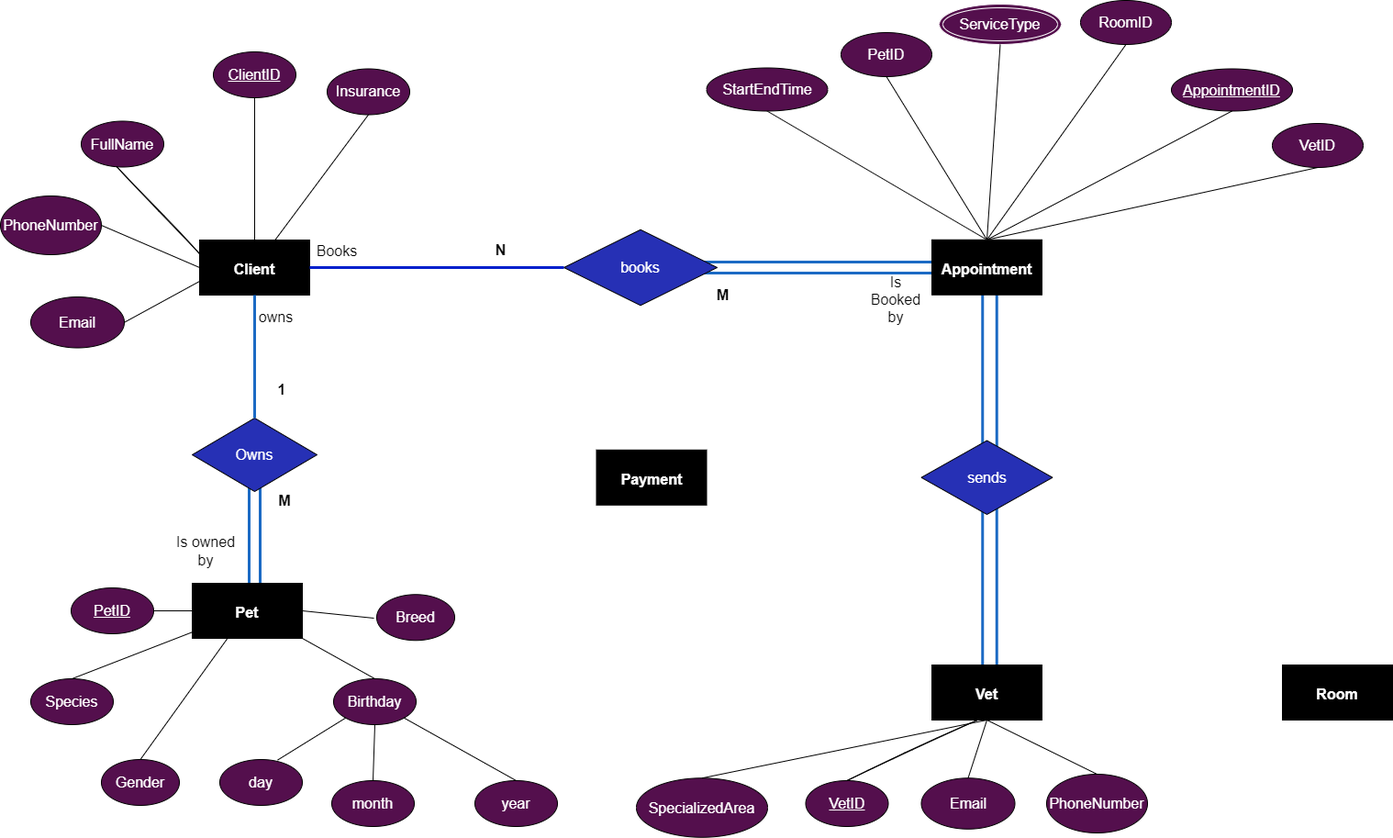
Before: PetClinic.drawio.png, a diagram exported from draw.io (tomztz/SQL-Pet-Clinic). Source tidied: cells renumbered, new cells last; positions are measured from the earlier drawing's top-left corner, leaving out a move shared by most shapes.
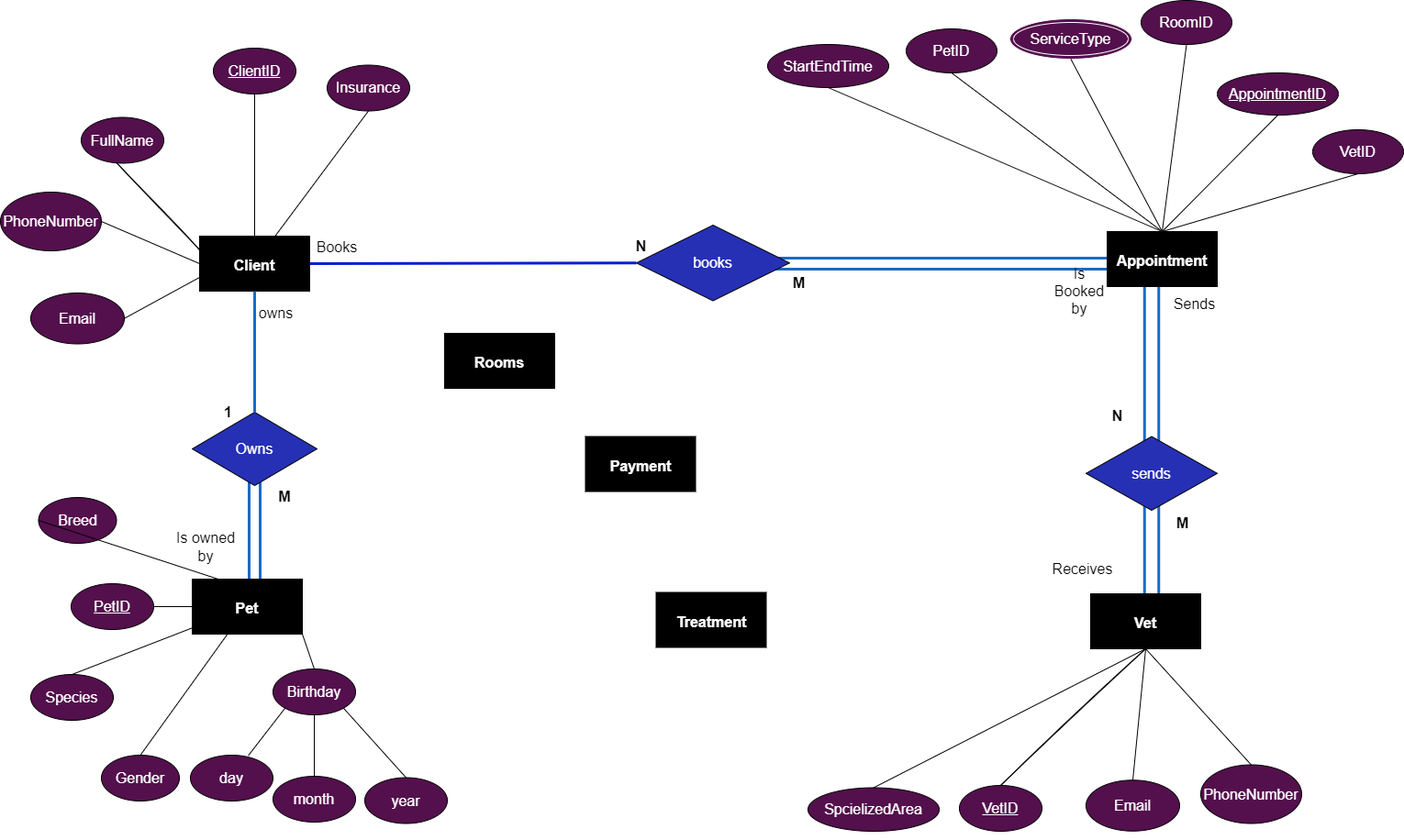
Above is the later version.

The edit, as a diff of the source:
```diff
@@ -3,7 +3,7 @@
     <mxCell id="0" />
     <mxCell id="1" parent="0" />
     <mxCell id="2" style="shape=partialRectangle;whiteSpace=wrap;html=1;top=0;bottom=0;fillColor=none;labelBorderColor=none;fontSize=16;fontColor=#000000;strokeColor=#1B6AC4;strokeWidth=3;direction=west;" parent="1" vertex="1">
-      <mxGeometry x="1070.2" y="530" width="15.5" height="198" as="geometry" />
+      <mxGeometry x="1246.8" y="539.5" width="15.5" height="110" as="geometry" />
     </mxCell>
     <mxCell id="3" style="endArrow=none;html=1;rounded=0;shadow=0;sketch=0;fontSize=16;fontColor=#FFFFFF;startSize=6;endSize=6;sourcePerimeterSpacing=0;targetPerimeterSpacing=0;strokeColor=#000000;strokeWidth=1;jumpSize=6;entryX=0.5;entryY=0;entryDx=0;entryDy=0;exitX=0.5;exitY=1;exitDx=0;exitDy=0;" parent="1" edge="1" source="65" target="8">
       <mxGeometry relative="1" as="geometry" />
@@ -12,22 +12,22 @@
       <mxGeometry relative="1" as="geometry" />
     </mxCell>
     <mxCell id="5" style="shape=partialRectangle;whiteSpace=wrap;html=1;bottom=0;top=0;fillColor=none;fontSize=16;fontColor=#0F0FAB;strokeColor=#1B6AC4;perimeterSpacing=1;labelBorderColor=none;strokeWidth=3;direction=south;" parent="1" vertex="1">
-      <mxGeometry x="716" y="285" width="307" height="12" as="geometry" />
+      <mxGeometry x="781" y="285" width="429" height="12" as="geometry" />
     </mxCell>
     <mxCell id="6" style="shape=partialRectangle;whiteSpace=wrap;html=1;top=0;bottom=0;fillColor=none;labelBorderColor=none;fontSize=16;fontColor=#000000;strokeColor=#1B6AC4;strokeWidth=3;direction=south;rotation=90;" parent="1" vertex="1">
-      <mxGeometry x="979" y="393.5" width="198" height="15.5" as="geometry" />
+      <mxGeometry x="1155.5" y="389.2" width="198" height="15.5" as="geometry" />
     </mxCell>
     <mxCell id="7" style="shape=partialRectangle;whiteSpace=wrap;html=1;bottom=0;top=0;fillColor=none;fontSize=16;fontColor=#0F0FAB;strokeColor=#1B6AC4;perimeterSpacing=1;labelBorderColor=none;strokeWidth=3;" parent="1" vertex="1">
       <mxGeometry x="271" y="508" width="12" height="143" as="geometry" />
     </mxCell>
     <mxCell id="8" value="&lt;h1&gt;&lt;b&gt;&lt;font style=&quot;font-size: 16px&quot;&gt;Appointment&lt;/font&gt;&lt;/b&gt;&lt;/h1&gt;" style="rounded=0;whiteSpace=wrap;html=1;fillColor=#000000;fontColor=#FFFFFF;" parent="1" vertex="1">
-      <mxGeometry x="1015" y="260.8" width="120" height="60" as="geometry" />
+      <mxGeometry x="1206" y="256" width="120" height="60" as="geometry" />
     </mxCell>
     <mxCell id="9" value="&lt;h1&gt;&lt;span style=&quot;font-size: 16px&quot;&gt;Vet&lt;/span&gt;&lt;/h1&gt;" style="rounded=0;whiteSpace=wrap;html=1;fillColor=#000000;fontColor=#FFFFFF;" parent="1" vertex="1">
-      <mxGeometry x="1015" y="724" width="120" height="60" as="geometry" />
+      <mxGeometry x="1188" y="651" width="120" height="60" as="geometry" />
     </mxCell>
-    <mxCell id="10" value="&lt;h1&gt;&lt;b&gt;&lt;font style=&quot;font-size: 16px&quot;&gt;Room&lt;/font&gt;&lt;/b&gt;&lt;/h1&gt;" style="rounded=0;whiteSpace=wrap;html=1;fillColor=#000000;fontColor=#FFFFFF;" parent="1" vertex="1">
-      <mxGeometry x="1397" y="724" width="120" height="60" as="geometry" />
+    <mxCell id="10" value="&lt;h1&gt;&lt;b&gt;&lt;font style=&quot;font-size: 16px&quot;&gt;Rooms&lt;/font&gt;&lt;/b&gt;&lt;/h1&gt;" style="rounded=0;whiteSpace=wrap;html=1;fillColor=#000000;fontColor=#FFFFFF;" parent="1" vertex="1">
+      <mxGeometry x="484" y="367" width="120" height="60" as="geometry" />
     </mxCell>
     <mxCell id="11" value="&lt;h1&gt;&lt;span style=&quot;font-size: 16px&quot;&gt;Pet&lt;/span&gt;&lt;/h1&gt;" style="rounded=0;whiteSpace=wrap;html=1;fillColor=#000000;fontColor=#FFFFFF;" parent="1" vertex="1">
       <mxGeometry x="209" y="635" width="120" height="60" as="geometry" />
@@ -36,7 +36,7 @@
       <mxGeometry x="217" y="261" width="120" height="60" as="geometry" />
     </mxCell>
     <mxCell id="13" value="&lt;h1&gt;&lt;span style=&quot;font-size: 16px&quot;&gt;Payment&lt;/span&gt;&lt;/h1&gt;" style="rounded=0;whiteSpace=wrap;html=1;fillColor=#000000;fontColor=#FFFFFF;" parent="1" vertex="1">
-      <mxGeometry x="649.5" y="489.8" width="120" height="60" as="geometry" />
+      <mxGeometry x="637.5" y="479.5" width="120" height="60" as="geometry" />
     </mxCell>
     <mxCell id="14" value="FullName" style="ellipse;whiteSpace=wrap;html=1;fontSize=16;fontColor=#FFFFFF;fillColor=#540F4D;" parent="1" vertex="1">
       <mxGeometry x="88" y="131.5" width="90" height="50" as="geometry" />
@@ -66,22 +66,22 @@
       <mxGeometry x="110" y="827" width="85" height="50" as="geometry" />
     </mxCell>
     <mxCell id="23" value="Owns" style="rhombus;whiteSpace=wrap;html=1;fontSize=16;fontColor=#FFFFFF;fillColor=#2630B5;" parent="1" vertex="1">
-      <mxGeometry x="209" y="455" width="136" height="80" as="geometry" />
+      <mxGeometry x="209" y="453" width="136" height="80" as="geometry" />
     </mxCell>
     <mxCell id="24" style="endArrow=none;html=1;rounded=0;sketch=0;fontSize=16;fontColor=#FFFFFF;endSize=10;jumpSize=6;exitX=0.5;exitY=0;exitDx=0;exitDy=0;" parent="1" edge="1" source="22" target="11">
       <mxGeometry relative="1" as="geometry" />
     </mxCell>
     <mxCell id="25" value="Birthday" style="ellipse;whiteSpace=wrap;html=1;fontSize=16;fontColor=#FFFFFF;fillColor=#540F4D;" parent="1" vertex="1">
-      <mxGeometry x="363" y="739" width="90" height="50" as="geometry" />
+      <mxGeometry x="297" y="733" width="90" height="50" as="geometry" />
     </mxCell>
     <mxCell id="26" value="day" style="ellipse;whiteSpace=wrap;html=1;fontSize=16;fontColor=#FFFFFF;fillColor=#540F4D;" parent="1" vertex="1">
-      <mxGeometry x="239" y="827" width="90" height="50" as="geometry" />
+      <mxGeometry x="207" y="827" width="90" height="50" as="geometry" />
     </mxCell>
     <mxCell id="27" value="month" style="ellipse;whiteSpace=wrap;html=1;fontSize=16;fontColor=#FFFFFF;fillColor=#540F4D;" parent="1" vertex="1">
-      <mxGeometry x="361" y="850" width="90" height="50" as="geometry" />
+      <mxGeometry x="297" y="850" width="90" height="50" as="geometry" />
     </mxCell>
     <mxCell id="28" value="year" style="ellipse;whiteSpace=wrap;html=1;fontSize=16;fontColor=#FFFFFF;fillColor=#540F4D;" parent="1" vertex="1">
-      <mxGeometry x="517" y="850" width="90" height="50" as="geometry" />
+      <mxGeometry x="397" y="851.5" width="90" height="50" as="geometry" />
     </mxCell>
     <mxCell id="29" style="endArrow=none;html=1;rounded=0;sketch=0;fontSize=16;fontColor=#FFFFFF;endSize=10;jumpSize=6;exitX=1;exitY=1;exitDx=0;exitDy=0;entryX=0.5;entryY=0;entryDx=0;entryDy=0;" parent="1" edge="1" source="11" target="25">
       <mxGeometry relative="1" as="geometry" />
@@ -102,7 +102,7 @@
       <mxGeometry relative="1" as="geometry" />
     </mxCell>
     <mxCell id="35" value="VetID" style="ellipse;whiteSpace=wrap;html=1;fontSize=16;fontColor=#FFFFFF;fillColor=#540F4D;" parent="1" vertex="1">
-      <mxGeometry x="1386" y="134" width="99" height="48" as="geometry" />
+      <mxGeometry x="1430" y="145" width="99" height="48" as="geometry" />
     </mxCell>
     <mxCell id="36" style="endArrow=none;html=1;rounded=0;sketch=0;fontSize=16;fontColor=#FFFFFF;endSize=10;jumpSize=6;exitX=0.5;exitY=0;exitDx=0;exitDy=0;entryX=0.5;entryY=1;entryDx=0;entryDy=0;" parent="1" edge="1" source="8" target="35">
       <mxGeometry relative="1" as="geometry" />
@@ -114,27 +114,25 @@
       <mxGeometry x="187" y="585" width="74" height="30" as="geometry" />
     </mxCell>
     <mxCell id="39" value="&lt;b&gt;&lt;font color=&quot;#000000&quot;&gt;1&lt;/font&gt;&lt;/b&gt;" style="text;html=1;strokeColor=none;fillColor=none;align=center;verticalAlign=middle;whiteSpace=wrap;rounded=0;labelBorderColor=none;fontSize=16;fontColor=#0F0FAB;" parent="1" vertex="1">
-      <mxGeometry x="277" y="409" width="60" height="30" as="geometry" />
+      <mxGeometry x="225" y="438" width="47" height="30" as="geometry" />
     </mxCell>
     <mxCell id="40" value="&lt;b&gt;&lt;font color=&quot;#000000&quot;&gt;M&lt;/font&gt;&lt;/b&gt;" style="text;html=1;strokeColor=none;fillColor=none;align=center;verticalAlign=middle;whiteSpace=wrap;rounded=0;labelBorderColor=none;fontSize=16;fontColor=#0F0FAB;" parent="1" vertex="1">
       <mxGeometry x="271" y="530" width="78" height="30" as="geometry" />
     </mxCell>
     <mxCell id="41" value="&lt;u&gt;VetID&lt;/u&gt;" style="ellipse;whiteSpace=wrap;html=1;fontSize=16;fontColor=#FFFFFF;fillColor=#540F4D;" parent="1" vertex="1">
-      <mxGeometry x="877.5" y="850" width="90" height="50" as="geometry" />
+      <mxGeometry x="1045" y="860" width="90" height="50" as="geometry" />
     </mxCell>
-    <mxCell id="42" style="endArrow=none;html=1;rounded=0;sketch=1;fontSize=16;fontColor=#000000;startSize=17;endSize=27;sourcePerimeterSpacing=0;targetPerimeterSpacing=0;strokeWidth=1;jumpSize=6;entryX=0.5;entryY=0;entryDx=0;entryDy=0;" parent="1" edge="1" target="41">
-      <mxGeometry relative="1" as="geometry">
-        <mxPoint x="1067" y="783" as="sourcePoint" />
-      </mxGeometry>
+    <mxCell id="42" style="endArrow=none;html=1;rounded=0;sketch=1;fontSize=16;fontColor=#000000;startSize=17;endSize=27;sourcePerimeterSpacing=0;targetPerimeterSpacing=0;strokeWidth=1;jumpSize=6;entryX=0.5;entryY=0;entryDx=0;entryDy=0;exitX=0.5;exitY=1;exitDx=0;exitDy=0;" parent="1" edge="1" source="9" target="41">
+      <mxGeometry relative="1" as="geometry" />
     </mxCell>
     <mxCell id="43" value="sends" style="rhombus;whiteSpace=wrap;html=1;fontSize=16;fontColor=#FFFFFF;fillColor=#2630B5;" parent="1" vertex="1">
-      <mxGeometry x="1003.5" y="479.5" width="143" height="80.5" as="geometry" />
+      <mxGeometry x="1183" y="479.5" width="143" height="80.5" as="geometry" />
     </mxCell>
     <mxCell id="44" value="books" style="rhombus;whiteSpace=wrap;html=1;fontSize=16;fontColor=#FFFFFF;fillColor=#2630B5;" parent="1" vertex="1">
-      <mxGeometry x="614" y="249.8" width="167" height="82.5" as="geometry" />
+      <mxGeometry x="693" y="249" width="167" height="82.5" as="geometry" />
     </mxCell>
     <mxCell id="45" value="AppointmentID" style="ellipse;whiteSpace=wrap;html=1;fontSize=16;fontColor=#FFFFFF;fillColor=#540F4D;fontStyle=4;" parent="1" vertex="1">
-      <mxGeometry x="1276" y="74.5" width="132" height="46" as="geometry" />
+      <mxGeometry x="1326" y="83" width="132" height="46" as="geometry" />
     </mxCell>
     <mxCell id="46" style="endArrow=none;html=1;rounded=0;sketch=0;fontSize=16;fontColor=#000000;startSize=6;endSize=6;sourcePerimeterSpacing=0;targetPerimeterSpacing=0;strokeWidth=1;jumpSize=6;exitX=0.5;exitY=0;exitDx=0;exitDy=0;entryX=0.5;entryY=1;entryDx=0;entryDy=0;" parent="1" edge="1" source="8" target="45">
       <mxGeometry relative="1" as="geometry" />
@@ -155,30 +153,25 @@
       <mxGeometry x="337" y="256" width="60" height="33" as="geometry" />
     </mxCell>
     <mxCell id="52" value="Is Booked by" style="text;html=1;strokeColor=none;fillColor=none;align=center;verticalAlign=middle;whiteSpace=wrap;rounded=0;labelBorderColor=none;fontSize=16;fontColor=#000000;" parent="1" vertex="1">
-      <mxGeometry x="946" y="309.5" width="60" height="33" as="geometry" />
+      <mxGeometry x="1146" y="304" width="60" height="33" as="geometry" />
     </mxCell>
     <mxCell id="53" value="&lt;b&gt;M&lt;/b&gt;" style="text;html=1;align=center;verticalAlign=middle;strokeColor=none;fillColor=none;fontSize=16;fontColor=#000000;" parent="1" vertex="1">
-      <mxGeometry x="770" y="309.5" width="33" height="22" as="geometry" />
+      <mxGeometry x="853" y="301" width="33" height="22" as="geometry" />
     </mxCell>
     <mxCell id="54" value="&lt;b&gt;N&lt;/b&gt;" style="text;html=1;align=center;verticalAlign=middle;strokeColor=none;fillColor=none;fontSize=16;fontColor=#000000;" parent="1" vertex="1">
-      <mxGeometry x="528" y="260.8" width="33" height="22" as="geometry" />
+      <mxGeometry x="681.5" y="261" width="33" height="22" as="geometry" />
     </mxCell>
     <mxCell id="55" value="&lt;font color=&quot;#ffffff&quot;&gt;ServiceType&lt;/font&gt;" style="ellipse;shape=doubleEllipse;whiteSpace=wrap;html=1;labelBorderColor=none;fontSize=16;fontColor=#000000;strokeColor=#FFFFFF;strokeWidth=1;fillColor=#540F4D;" parent="1" vertex="1">
-      <mxGeometry x="1023" y="4" width="133" height="44" as="geometry" />
+      <mxGeometry x="1100" y="24" width="133" height="44" as="geometry" />
     </mxCell>
     <mxCell id="56" style="endArrow=none;html=1;rounded=0;shadow=0;sketch=0;fontSize=16;fontColor=#FFFFFF;startSize=6;endSize=6;sourcePerimeterSpacing=0;targetPerimeterSpacing=0;strokeColor=#000000;strokeWidth=1;jumpSize=6;entryX=0.5;entryY=1;entryDx=0;entryDy=0;exitX=0.5;exitY=0;exitDx=0;exitDy=0;" parent="1" edge="1" source="8" target="55">
       <mxGeometry relative="1" as="geometry" />
     </mxCell>
-    <mxCell id="57" value="Text" style="text;html=1;strokeColor=none;fillColor=none;align=center;verticalAlign=middle;whiteSpace=wrap;rounded=0;labelBorderColor=none;fontSize=16;fontColor=#FFFFFF;" parent="1" vertex="1">
-      <mxGeometry x="1140" y="342.5" width="60" height="30" as="geometry" />
-    </mxCell>
     <mxCell id="58" value="Breed" style="ellipse;whiteSpace=wrap;html=1;fontSize=16;fontColor=#FFFFFF;fillColor=#540F4D;" parent="1" vertex="1">
-      <mxGeometry x="410" y="647.2" width="85" height="50" as="geometry" />
+      <mxGeometry x="41.5" y="546" width="85" height="50" as="geometry" />
     </mxCell>
-    <mxCell id="59" style="endArrow=none;html=1;rounded=0;shadow=0;sketch=0;fontSize=16;fontColor=#FFFFFF;startSize=6;endSize=6;sourcePerimeterSpacing=0;targetPerimeterSpacing=0;strokeColor=#000000;strokeWidth=1;jumpSize=6;exitX=1;exitY=0.5;exitDx=0;exitDy=0;" parent="1" edge="1" source="11">
-      <mxGeometry relative="1" as="geometry">
-        <mxPoint x="407" y="673" as="targetPoint" />
-      </mxGeometry>
+    <mxCell id="59" style="endArrow=none;html=1;rounded=0;shadow=0;sketch=0;fontSize=16;fontColor=#FFFFFF;startSize=6;endSize=6;sourcePerimeterSpacing=0;targetPerimeterSpacing=0;strokeColor=#000000;strokeWidth=1;jumpSize=6;exitX=1;exitY=0.5;exitDx=0;exitDy=0;entryX=0;entryY=0.5;entryDx=0;entryDy=0;" parent="1" edge="1" source="11" target="58">
+      <mxGeometry relative="1" as="geometry" />
     </mxCell>
     <mxCell id="60" value="Email" style="ellipse;whiteSpace=wrap;html=1;fontSize=16;fontColor=#FFFFFF;fillColor=#540F4D;" parent="1" vertex="1">
       <mxGeometry x="33" y="323" width="102" height="55.5" as="geometry" />
@@ -187,25 +180,25 @@
       <mxGeometry relative="1" as="geometry" />
     </mxCell>
     <mxCell id="62" value="StartEndTime" style="ellipse;whiteSpace=wrap;html=1;fontSize=16;fontColor=#FFFFFF;fillColor=#540F4D;" parent="1" vertex="1">
-      <mxGeometry x="769.5" y="73.5" width="132" height="47" as="geometry" />
+      <mxGeometry x="836" y="52" width="132" height="47" as="geometry" />
     </mxCell>
     <mxCell id="63" style="endArrow=none;html=1;rounded=0;sketch=0;fontSize=16;fontColor=#000000;startSize=6;endSize=6;sourcePerimeterSpacing=0;strokeWidth=1;jumpSize=6;exitX=0.5;exitY=0;exitDx=0;exitDy=0;entryX=0.5;entryY=1;entryDx=0;entryDy=0;strokeColor=#1A1A1A;" parent="1" edge="1" source="8" target="62">
       <mxGeometry relative="1" as="geometry" />
     </mxCell>
     <mxCell id="64" value="PetID" style="ellipse;whiteSpace=wrap;html=1;fontSize=16;fontColor=#FFFFFF;fillColor=#540F4D;" parent="1" vertex="1">
-      <mxGeometry x="916" y="35" width="99" height="48" as="geometry" />
+      <mxGeometry x="987" y="35" width="99" height="48" as="geometry" />
     </mxCell>
     <mxCell id="65" value="RoomID" style="ellipse;whiteSpace=wrap;html=1;fontSize=16;fontColor=#FFFFFF;fillColor=#540F4D;" parent="1" vertex="1">
-      <mxGeometry x="1177" width="99" height="48" as="geometry" />
+      <mxGeometry x="1243" y="4" width="99" height="48" as="geometry" />
     </mxCell>
     <mxCell id="66" value="PhoneNumber" style="ellipse;whiteSpace=wrap;html=1;fontSize=16;fontColor=#FFFFFF;fillColor=#540F4D;" parent="1" vertex="1">
-      <mxGeometry x="1140" y="843" width="110" height="64" as="geometry" />
+      <mxGeometry x="1308" y="837.5" width="110" height="64" as="geometry" />
     </mxCell>
     <mxCell id="67" value="Email" style="ellipse;whiteSpace=wrap;html=1;fontSize=16;fontColor=#FFFFFF;fillColor=#540F4D;" parent="1" vertex="1">
-      <mxGeometry x="1003.5" y="847.2" width="102" height="55.5" as="geometry" />
+      <mxGeometry x="1183" y="854.2" width="102" height="55.5" as="geometry" />
     </mxCell>
-    <mxCell id="68" value="SpecializedArea" style="ellipse;whiteSpace=wrap;html=1;fontSize=16;fontColor=#FFFFFF;fillColor=#540F4D;" parent="1" vertex="1">
-      <mxGeometry x="693" y="847.2" width="143" height="64.5" as="geometry" />
+    <mxCell id="68" value="SpcielizedArea" style="ellipse;whiteSpace=wrap;html=1;fontSize=16;fontColor=#FFFFFF;fillColor=#540F4D;" parent="1" vertex="1">
+      <mxGeometry x="880" y="862.5" width="143" height="47.5" as="geometry" />
     </mxCell>
     <mxCell id="69" style="edgeStyle=orthogonalEdgeStyle;rounded=0;sketch=0;jumpSize=6;orthogonalLoop=1;jettySize=auto;html=1;exitX=0.5;exitY=1;exitDx=0;exitDy=0;shadow=0;fontSize=16;fontColor=#FFFFFF;startSize=6;endSize=6;sourcePerimeterSpacing=0;targetPerimeterSpacing=0;strokeColor=#000000;strokeWidth=1;" parent="1" edge="1" source="67" target="67">
       <mxGeometry relative="1" as="geometry" />
@@ -222,5 +215,20 @@
     <mxCell id="73" value="Send" style="text;html=1;strokeColor=none;fillColor=none;align=center;verticalAlign=middle;whiteSpace=wrap;rounded=0;labelBorderColor=none;fontSize=16;fontColor=#FFFFFF;" parent="1" vertex="1">
       <mxGeometry x="1086" y="323" width="60" height="30" as="geometry" />
     </mxCell>
+    <mxCell id="74" value="Sends" style="text;html=1;strokeColor=none;fillColor=none;align=center;verticalAlign=middle;whiteSpace=wrap;rounded=0;labelBorderColor=none;fontSize=16;fontColor=#000000;" parent="1" vertex="1">
+      <mxGeometry x="1261" y="323" width="81" height="24" as="geometry" />
+    </mxCell>
+    <mxCell id="75" value="&lt;b&gt;N&lt;/b&gt;" style="text;html=1;align=center;verticalAlign=middle;strokeColor=none;fillColor=none;fontSize=16;fontColor=#000000;" parent="1" vertex="1">
+      <mxGeometry x="1200" y="446" width="33" height="22" as="geometry" />
+    </mxCell>
+    <mxCell id="76" value="&lt;b&gt;M&lt;/b&gt;" style="text;html=1;align=center;verticalAlign=middle;strokeColor=none;fillColor=none;fontSize=16;fontColor=#000000;" parent="1" vertex="1">
+      <mxGeometry x="1271" y="563" width="33" height="22" as="geometry" />
+    </mxCell>
+    <mxCell id="77" value="Receives" style="text;html=1;align=center;verticalAlign=middle;strokeColor=none;fillColor=none;fontSize=16;fontColor=#000000;" parent="1" vertex="1">
+      <mxGeometry x="1135" y="613" width="88" height="22" as="geometry" />
+    </mxCell>
+    <mxCell id="78" value="&lt;h1&gt;&lt;span style=&quot;font-size: 16px&quot;&gt;Treatment&lt;/span&gt;&lt;/h1&gt;" style="rounded=0;whiteSpace=wrap;html=1;fillColor=#000000;fontColor=#FFFFFF;" parent="1" vertex="1">
+      <mxGeometry x="714.5" y="649.5" width="120" height="60" as="geometry" />
+    </mxCell>
   </root>
 </mxGraphModel>
```
